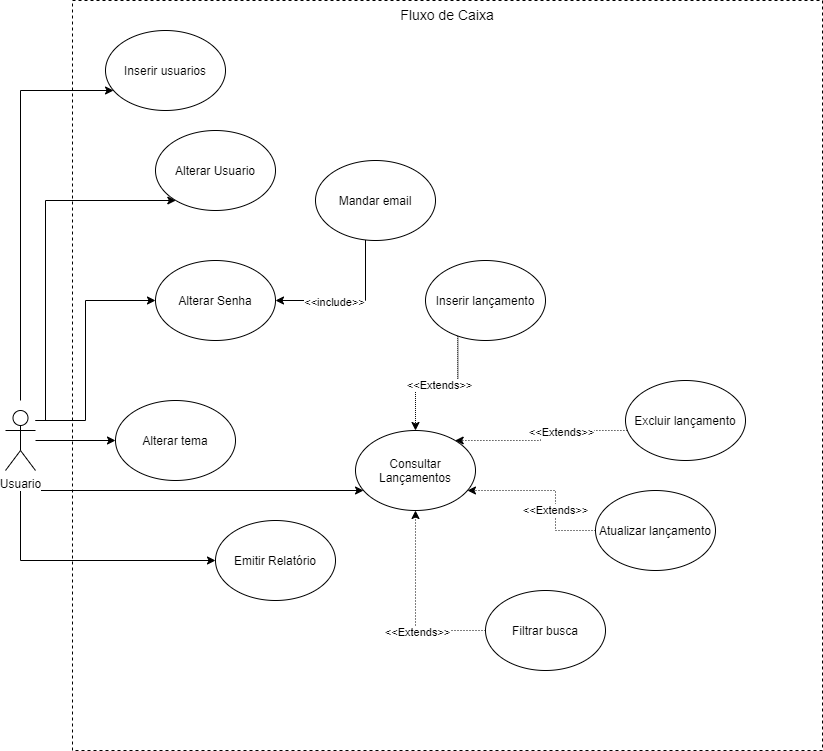
This is Diagramas/CasoUso_Despesa_Facil.png from flaviosenne/despesa-facil, a draw.io export, as it was before one commit. Source tidied: cells renumbered, new cells last; positions are measured from the earlier drawing's top-left corner, leaving out a move shared by most shapes.
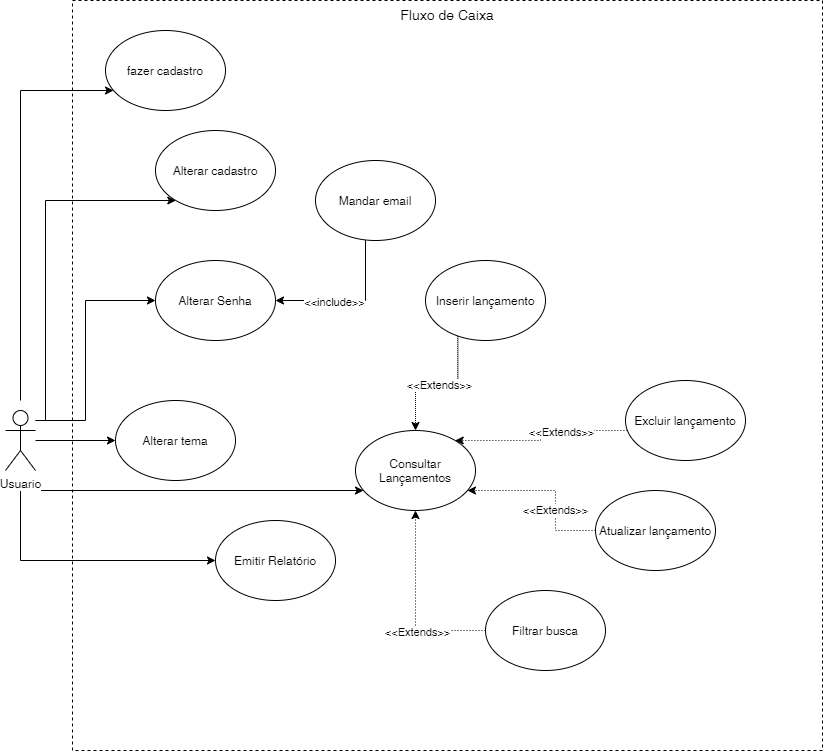
After the commit.

What changed in the source:
```diff
@@ -48,7 +48,7 @@
     <mxCell id="8" value="Usuario" style="shape=umlActor;verticalLabelPosition=bottom;labelBackgroundColor=#ffffff;verticalAlign=top;html=1;outlineConnect=0;" parent="1" vertex="1">
       <mxGeometry y="410" width="30" height="60" as="geometry" />
     </mxCell>
-    <mxCell id="9" value="Inserir usuarios" style="ellipse;whiteSpace=wrap;html=1;" parent="1" vertex="1">
+    <mxCell id="9" value="fazer cadastro" style="ellipse;whiteSpace=wrap;html=1;" parent="1" vertex="1">
       <mxGeometry x="100" y="30" width="120" height="80" as="geometry" />
     </mxCell>
     <mxCell id="10" value="Alterar tema" style="ellipse;whiteSpace=wrap;html=1;" parent="1" vertex="1">
@@ -117,7 +117,7 @@
         </Array>
       </mxGeometry>
     </mxCell>
-    <mxCell id="25" value="Alterar Usuario" style="ellipse;whiteSpace=wrap;html=1;" parent="1" vertex="1">
+    <mxCell id="25" value="Alterar cadastro" style="ellipse;whiteSpace=wrap;html=1;" parent="1" vertex="1">
       <mxGeometry x="150" y="130" width="120" height="80" as="geometry" />
     </mxCell>
     <mxCell id="26" value="Alterar Senha" style="ellipse;whiteSpace=wrap;html=1;" parent="1" vertex="1">
```
